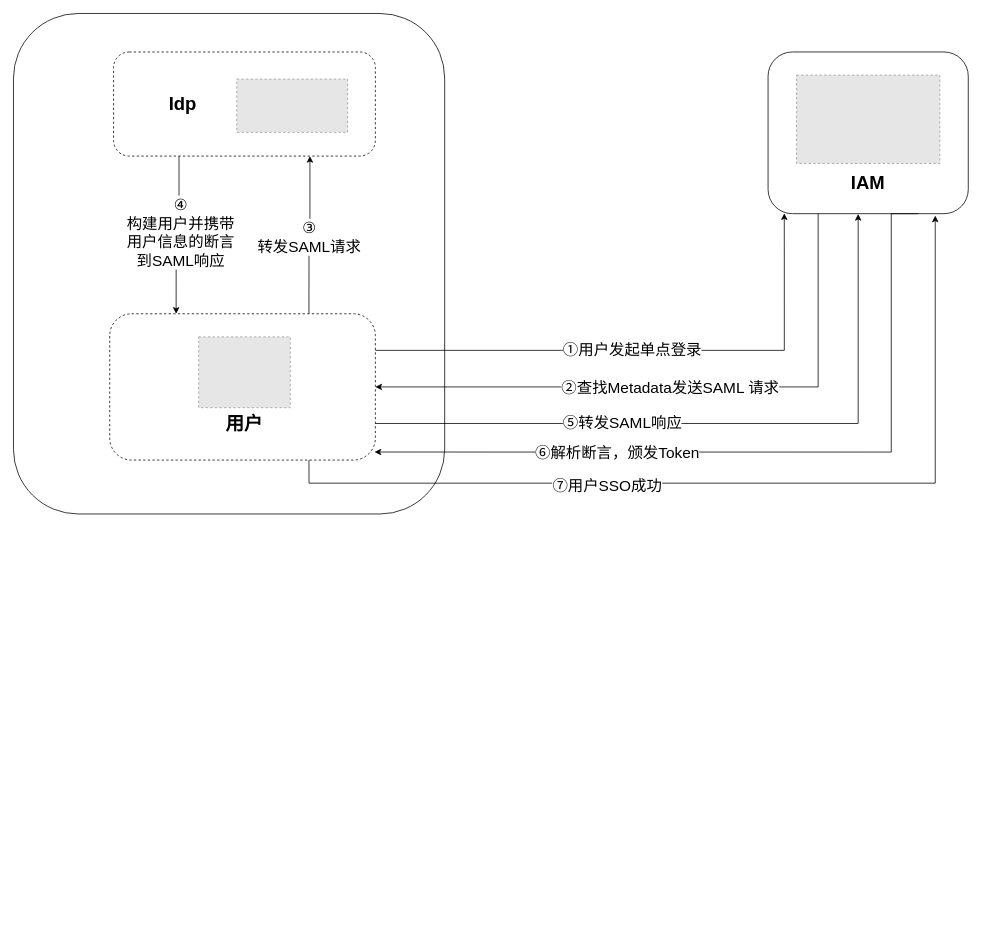
Above: SAML实现双方系统互信可能方案.drawio in huanglian666/flow-chart (draw.io), before the change. Source tidied: cells renumbered, new cells numbered last; positions are measured from the earlier drawing's top-left corner, leaving out a move shared by most shapes. Both pictures are drawn from the tidied source at 77%, with x=0, y=0 at pixel (13, 13). Pictures stored in the file or linked from it are replaced by grey dashed boxes.
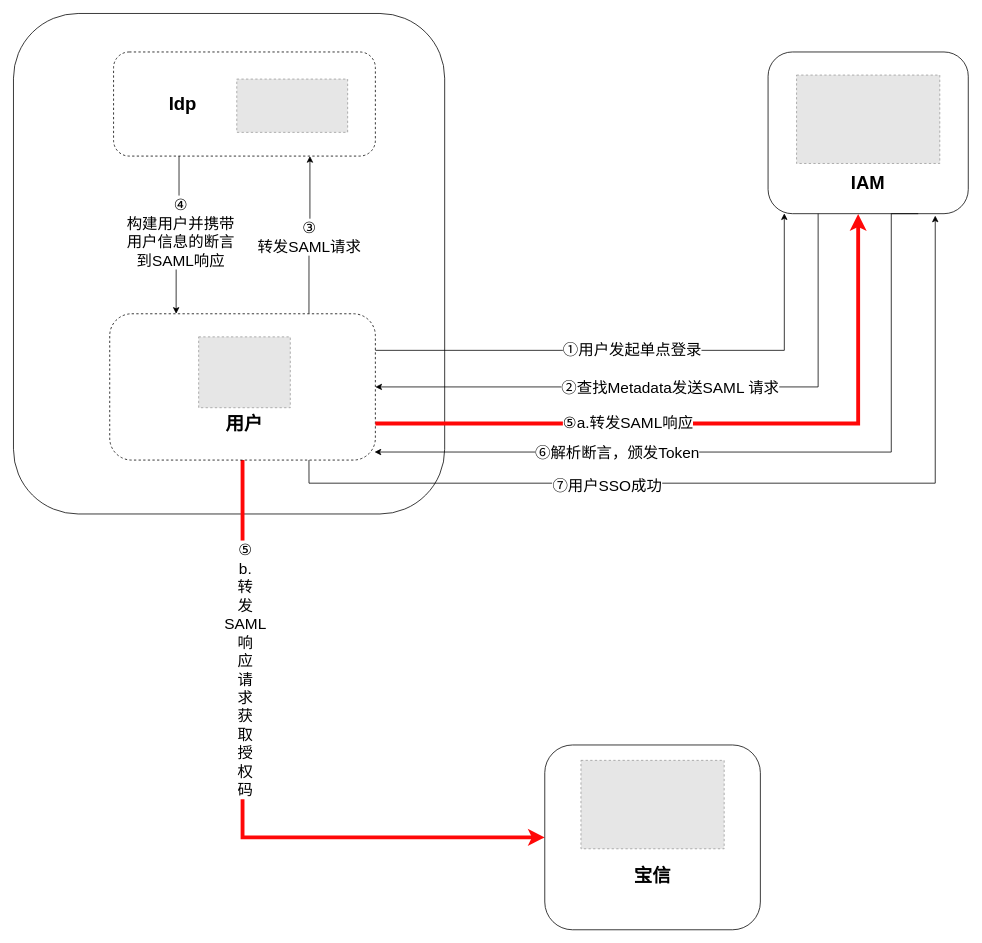
Above is the later version.

Commit message:
更新SAML实现双方系统互信可能方案.drawio

Unchanged cells that the change refers to:
```xml
<mxCell id="2" style="rounded=1;whiteSpace=wrap;html=1;" parent="1" vertex="1">
  <mxGeometry x="980" y="50" width="260" height="210" as="geometry" />
</mxCell>
<mxCell id="11" style="rounded=1;whiteSpace=wrap;html=1;dashed=1;" parent="1" vertex="1">
  <mxGeometry x="125" y="390" width="345" height="190" as="geometry" />
</mxCell>
```

Change to the diagram source:
```diff
@@
+    <mxCell id="26" style="edgeStyle=orthogonalEdgeStyle;rounded=0;jettySize=auto;html=1;exitX=0.5;exitY=1;exitDx=0;exitDy=0;entryX=0;entryY=0.5;entryDx=0;entryDy=0;strokeColor=#FF0808;strokeWidth=5;" parent="1" edge="1" source="11" target="28">
+      <mxGeometry relative="1" as="geometry" />
+    </mxCell>
+    <mxCell id="27" value="&lt;font style=&quot;font-size: 20px;&quot;&gt;⑤&lt;/font&gt;&lt;div style=&quot;font-size: 20px;&quot;&gt;&lt;font style=&quot;font-size: 20px;&quot;&gt;b.&lt;/font&gt;&lt;/div&gt;&lt;div style=&quot;font-size: 20px;&quot;&gt;&lt;font style=&quot;font-size: 20px;&quot;&gt;转&lt;/font&gt;&lt;/div&gt;&lt;div style=&quot;font-size: 20px;&quot;&gt;&lt;font style=&quot;font-size: 20px;&quot;&gt;发&lt;/font&gt;&lt;/div&gt;&lt;div style=&quot;font-size: 20px;&quot;&gt;&lt;font style=&quot;font-size: 20px;&quot;&gt;SAML&lt;/font&gt;&lt;/div&gt;&lt;div style=&quot;font-size: 20px;&quot;&gt;&lt;font style=&quot;font-size: 20px;&quot;&gt;响&lt;/font&gt;&lt;/div&gt;&lt;div style=&quot;font-size: 20px;&quot;&gt;&lt;font style=&quot;font-size: 20px;&quot;&gt;应&lt;/font&gt;&lt;/div&gt;&lt;div style=&quot;font-size: 20px;&quot;&gt;&lt;font style=&quot;font-size: 20px;&quot;&gt;请&lt;/font&gt;&lt;/div&gt;&lt;div style=&quot;font-size: 20px;&quot;&gt;&lt;font style=&quot;font-size: 20px;&quot;&gt;求&lt;/font&gt;&lt;/div&gt;&lt;div style=&quot;font-size: 20px;&quot;&gt;&lt;font style=&quot;font-size: 20px;&quot;&gt;获&lt;/font&gt;&lt;/div&gt;&lt;div style=&quot;font-size: 20px;&quot;&gt;&lt;font style=&quot;font-size: 20px;&quot;&gt;取&lt;/font&gt;&lt;/div&gt;&lt;div style=&quot;font-size: 20px;&quot;&gt;&lt;font style=&quot;font-size: 20px;&quot;&gt;授&lt;/font&gt;&lt;/div&gt;&lt;div style=&quot;font-size: 20px;&quot;&gt;&lt;font style=&quot;font-size: 20px;&quot;&gt;权&lt;/font&gt;&lt;/div&gt;&lt;div style=&quot;font-size: 20px;&quot;&gt;&lt;font style=&quot;font-size: 20px;&quot;&gt;码&lt;/font&gt;&lt;/div&gt;" style="edgeLabel;html=1;align=center;verticalAlign=middle;" parent="26" vertex="1">
+      <mxGeometry x="-0.41" y="5" relative="1" as="geometry">
+        <mxPoint x="-2" y="11" as="offset" />
+      </mxGeometry>
+    </mxCell>
@@
-    <mxCell id="20" style="edgeStyle=orthogonalEdgeStyle;rounded=0;jettySize=auto;html=1;exitX=1;exitY=0.75;exitDx=0;exitDy=0;entryX=0.45;entryY=1.002;entryDx=0;entryDy=0;entryPerimeter=0;" parent="1" edge="1" source="11" target="2">
+    <mxCell id="20" style="edgeStyle=orthogonalEdgeStyle;rounded=0;jettySize=auto;html=1;exitX=1;exitY=0.75;exitDx=0;exitDy=0;entryX=0.45;entryY=1.002;entryDx=0;entryDy=0;entryPerimeter=0;strokeWidth=5;fillColor=#f8cecc;strokeColor=#ff0808;" parent="1" edge="1" source="11" target="2">
       <mxGeometry relative="1" as="geometry" />
     </mxCell>
-    <mxCell id="21" value="&lt;font style=&quot;font-size: 20px;&quot;&gt;⑤转发SAML响应&lt;/font&gt;" style="edgeLabel;html=1;align=left;verticalAlign=middle;" parent="20" vertex="1">
+    <mxCell id="21" value="&lt;font style=&quot;font-size: 20px;&quot;&gt;⑤a.转发SAML响应&lt;/font&gt;" style="edgeLabel;html=1;align=left;verticalAlign=middle;" parent="20" vertex="1">
       <mxGeometry x="-0.37" relative="1" as="geometry">
         <mxPoint x="-41" y="-2" as="offset" />
       </mxGeometry>
     </mxCell>
@@
+    <mxCell id="28" style="rounded=1;whiteSpace=wrap;html=1;" parent="1" vertex="1">
+      <mxGeometry x="690" y="950" width="280" height="240" as="geometry" />
+    </mxCell>
+    <mxCell id="29" style="fillColor=#E6E6E6;strokeColor=#999999;dashed=1;verticalLabelPosition=bottom;labelBackgroundColor=default;verticalAlign=top;" parent="1" vertex="1">
+      <mxGeometry x="737" y="970" width="186" height="114.8" as="geometry" />
+    </mxCell>
+    <mxCell id="30" value="&lt;h1 style=&quot;margin-top: 0px;&quot;&gt;宝信&lt;/h1&gt;" style="text;html=1;whiteSpace=wrap;overflow=hidden;rounded=0;align=center;" parent="1" vertex="1">
+      <mxGeometry x="770" y="1099" width="120" height="41" as="geometry" />
+    </mxCell>
```
